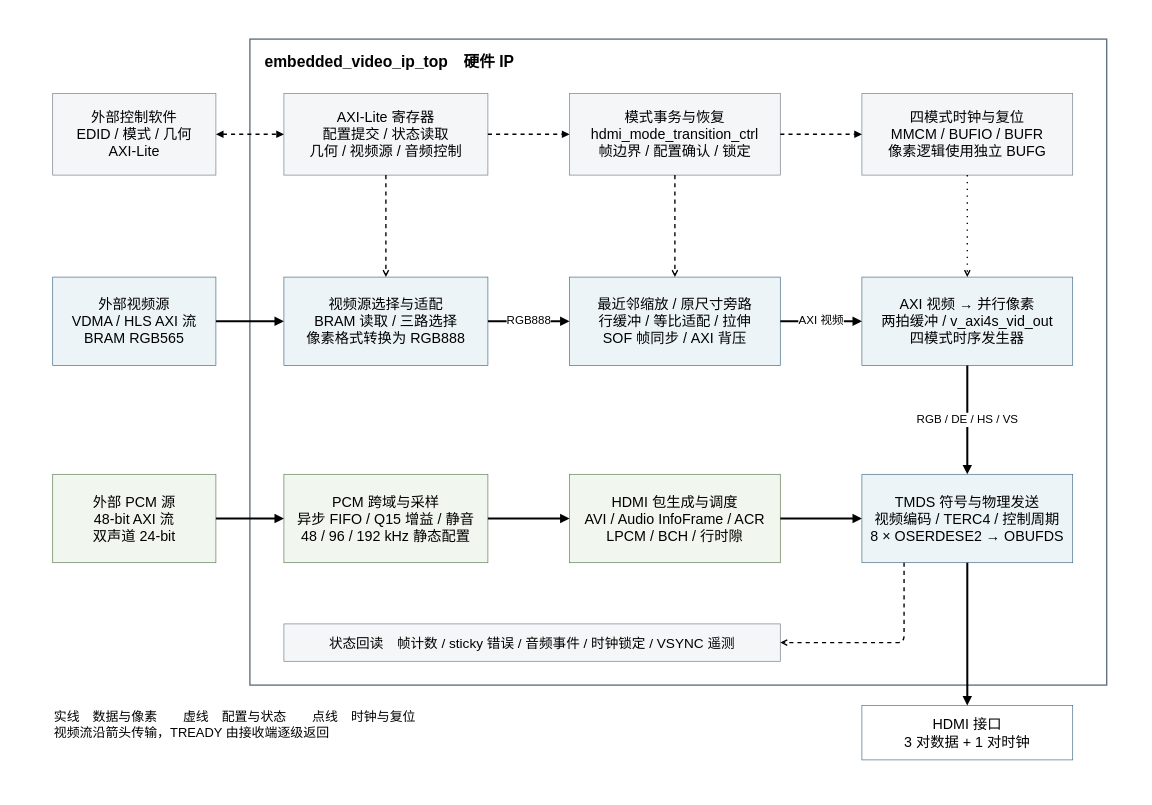
Earlier version of the draw.io diagram docs/figures/video-overview.drawio (ArthurPan2026/EmbeddedVideoIP). Source tidied: cells renumbered, new cells numbered last; positions are measured from the earlier drawing's top-left corner, leaving out a move shared by most shapes. Both pictures are drawn from the tidied source at 68%, with x=0, y=0 at pixel (12, 12).
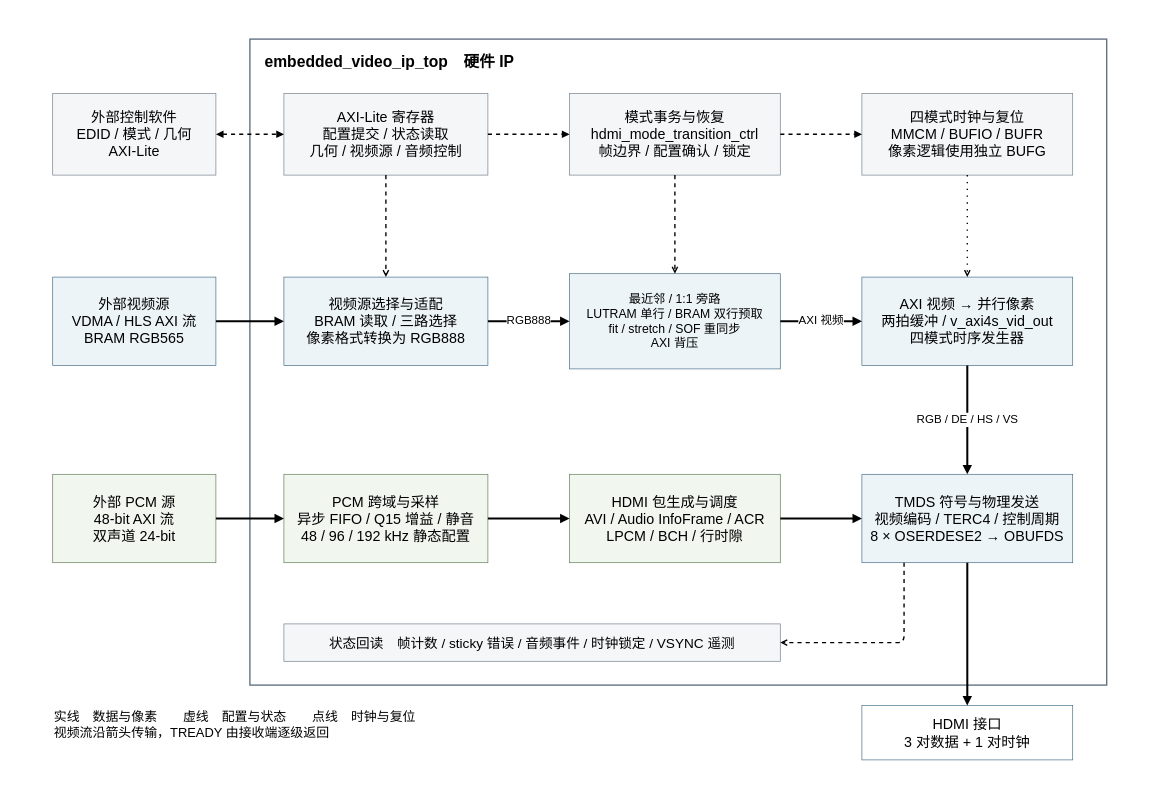
Above is the later version.

Commit message (it also covers changes not shown here):
更新中文架构图与 dev.15 验证记录

Change to the diagram source:
```diff
@@
-    <mxCell id="10" value="最近邻缩放 / 原尺寸旁路&#10;行缓冲 / 等比适配 / 拉伸&#10;SOF 帧同步 / AXI 背压" style="rounded=0;whiteSpace=wrap;html=1;fontFamily=Microsoft YaHei;fontSize=21;fillColor=#edf4f8;strokeColor=#466d88;" parent="1" vertex="1">
-      <mxGeometry x="820" y="390" width="310" height="130" as="geometry" />
+    <mxCell id="10" value="最近邻 / 1:1 旁路&#10;LUTRAM 单行 / BRAM 双行预取&#10;fit / stretch / SOF 重同步&#10;AXI 背压" style="rounded=0;whiteSpace=wrap;html=1;fontFamily=Microsoft YaHei;fontSize=18;fillColor=#edf4f8;strokeColor=#466d88;" parent="1" vertex="1">
+      <mxGeometry x="820" y="385" width="310" height="140" as="geometry" />
     </mxCell>
```
